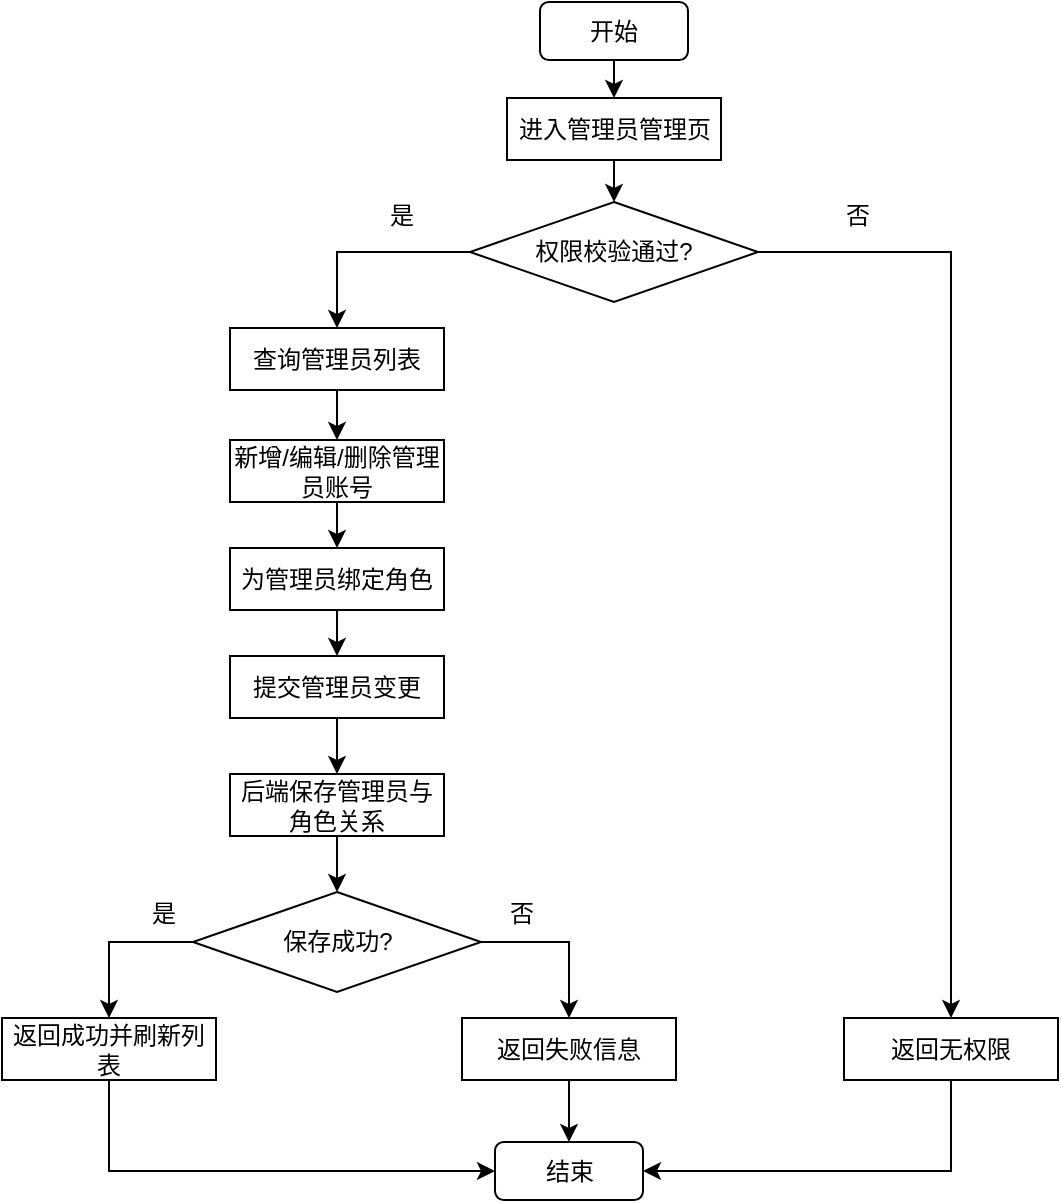
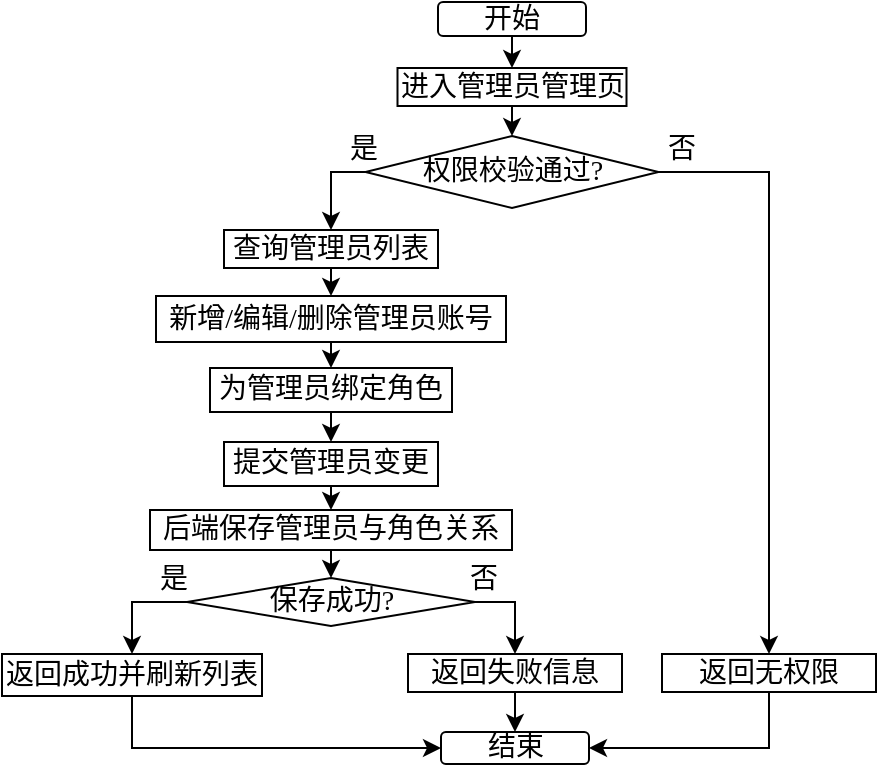
<mxfile host="app.diagrams.net">
  <diagram name="第 1 页" id="A4dXcl-CP5tHBsxZ2e-t">
-     <mxGraphModel dx="1406" dy="780" grid="0" gridSize="10" guides="1" tooltips="1" connect="1" arrows="1" fold="1" page="1" pageScale="1" pageWidth="827" pageHeight="1169" math="0" shadow="0">
+     <mxGraphModel dx="1172" dy="650" grid="0" gridSize="10" guides="1" tooltips="1" connect="1" arrows="1" fold="1" page="1" pageScale="1" pageWidth="827" pageHeight="1169" math="0" shadow="0">
      <root>
        <mxCell id="0" />
        <mxCell id="1" parent="0" />
-         <mxCell id="r6gwkSSvCtjKvov1u58H-1" parent="1" style="rounded=1;whiteSpace=wrap;html=1;" value="&lt;span style=&quot;font-size: 12px;&quot;&gt;开始&lt;/span&gt;" vertex="1">
-           <mxGeometry height="29" width="74" x="380" y="15" as="geometry" />
+         <mxCell id="r6gwkSSvCtjKvov1u58H-1" parent="1" style="rounded=1;whiteSpace=wrap;html=1;fontFamily=仿宋;fontSize=14;" value="&lt;span&gt;开始&lt;/span&gt;" vertex="1">
+           <mxGeometry height="17" width="74" x="380" y="15" as="geometry" />
        </mxCell>
-         <mxCell id="r6gwkSSvCtjKvov1u58H-2" parent="1" style="rounded=0;whiteSpace=wrap;html=1;" value="&lt;span style=&quot;font-size: 12px;&quot;&gt;进入管理员管理页&lt;/span&gt;" vertex="1">
-           <mxGeometry height="31" width="107" x="363.5" y="63" as="geometry" />
+         <mxCell id="r6gwkSSvCtjKvov1u58H-2" parent="1" style="rounded=0;whiteSpace=wrap;html=1;fontFamily=仿宋;fontSize=14;" value="&lt;span&gt;进入管理员管理页&lt;/span&gt;" vertex="1">
+           <mxGeometry height="19" width="114.5" x="359.75" y="48" as="geometry" />
        </mxCell>
-         <mxCell id="r6gwkSSvCtjKvov1u58H-3" parent="1" style="rhombus;whiteSpace=wrap;html=1;" value="&lt;span style=&quot;font-size: 12px;&quot;&gt;权限校验通过?&lt;/span&gt;" vertex="1">
-           <mxGeometry height="50" width="144" x="345" y="115" as="geometry" />
+         <mxCell id="r6gwkSSvCtjKvov1u58H-3" parent="1" style="rhombus;whiteSpace=wrap;html=1;fontFamily=仿宋;fontSize=14;" value="&lt;span&gt;权限校验通过?&lt;/span&gt;" vertex="1">
+           <mxGeometry height="36" width="146.5" x="343.75" y="82" as="geometry" />
        </mxCell>
-         <mxCell id="r6gwkSSvCtjKvov1u58H-4" parent="1" style="rounded=0;whiteSpace=wrap;html=1;" value="&lt;span style=&quot;font-size: 12px;&quot;&gt;查询管理员列表&lt;/span&gt;" vertex="1">
-           <mxGeometry height="31" width="107" x="225" y="178" as="geometry" />
+         <mxCell id="r6gwkSSvCtjKvov1u58H-4" parent="1" style="rounded=0;whiteSpace=wrap;html=1;fontFamily=仿宋;fontSize=14;" value="&lt;span&gt;查询管理员列表&lt;/span&gt;" vertex="1">
+           <mxGeometry height="19" width="107" x="273" y="129" as="geometry" />
        </mxCell>
-         <mxCell id="r6gwkSSvCtjKvov1u58H-5" parent="1" style="rounded=0;whiteSpace=wrap;html=1;" value="&lt;span style=&quot;font-size: 12px;&quot;&gt;新增/编辑/删除管理员账号&lt;/span&gt;" vertex="1">
-           <mxGeometry height="31" width="107" x="225" y="234" as="geometry" />
+         <mxCell id="r6gwkSSvCtjKvov1u58H-5" parent="1" style="rounded=0;whiteSpace=wrap;html=1;fontFamily=仿宋;fontSize=14;" value="&lt;span&gt;新增/编辑/删除管理员账号&lt;/span&gt;" vertex="1">
+           <mxGeometry height="23" width="175" x="239" y="162" as="geometry" />
        </mxCell>
-         <mxCell id="r6gwkSSvCtjKvov1u58H-6" parent="1" style="rounded=0;whiteSpace=wrap;html=1;" value="&lt;span style=&quot;font-size: 12px;&quot;&gt;为管理员绑定角色&lt;/span&gt;" vertex="1">
-           <mxGeometry height="31" width="107" x="225" y="288" as="geometry" />
+         <mxCell id="r6gwkSSvCtjKvov1u58H-6" parent="1" style="rounded=0;whiteSpace=wrap;html=1;fontFamily=仿宋;fontSize=14;" value="&lt;span&gt;为管理员绑定角色&lt;/span&gt;" vertex="1">
+           <mxGeometry height="22" width="121" x="266" y="198" as="geometry" />
        </mxCell>
-         <mxCell id="r6gwkSSvCtjKvov1u58H-7" parent="1" style="rounded=0;whiteSpace=wrap;html=1;" value="&lt;span style=&quot;font-size: 12px;&quot;&gt;提交管理员变更&lt;/span&gt;" vertex="1">
-           <mxGeometry height="31" width="107" x="225" y="342" as="geometry" />
+         <mxCell id="r6gwkSSvCtjKvov1u58H-7" parent="1" style="rounded=0;whiteSpace=wrap;html=1;fontFamily=仿宋;fontSize=14;" value="&lt;span&gt;提交管理员变更&lt;/span&gt;" vertex="1">
+           <mxGeometry height="22" width="107" x="273" y="235" as="geometry" />
        </mxCell>
-         <mxCell id="r6gwkSSvCtjKvov1u58H-8" parent="1" style="rhombus;whiteSpace=wrap;html=1;" value="&lt;span style=&quot;font-size: 12px;&quot;&gt;保存成功?&lt;/span&gt;" vertex="1">
-           <mxGeometry height="50" width="144" x="206.5" y="460" as="geometry" />
+         <mxCell id="r6gwkSSvCtjKvov1u58H-8" parent="1" style="rhombus;whiteSpace=wrap;html=1;fontFamily=仿宋;fontSize=14;" value="&lt;span&gt;保存成功?&lt;/span&gt;" vertex="1">
+           <mxGeometry height="24" width="144" x="254.5" y="303" as="geometry" />
        </mxCell>
-         <mxCell id="r6gwkSSvCtjKvov1u58H-9" parent="1" style="rounded=0;whiteSpace=wrap;html=1;" value="&lt;span style=&quot;font-size: 12px;&quot;&gt;返回成功并刷新列表&lt;/span&gt;" vertex="1">
-           <mxGeometry height="31" width="107" x="111" y="523" as="geometry" />
+         <mxCell id="r6gwkSSvCtjKvov1u58H-9" parent="1" style="rounded=0;whiteSpace=wrap;html=1;fontFamily=仿宋;fontSize=14;" value="&lt;span&gt;返回成功并刷新列表&lt;/span&gt;" vertex="1">
+           <mxGeometry height="21" width="130" x="162" y="341" as="geometry" />
        </mxCell>
-         <mxCell id="r6gwkSSvCtjKvov1u58H-10" parent="1" style="rounded=0;whiteSpace=wrap;html=1;" value="&lt;span style=&quot;font-size: 12px;&quot;&gt;返回失败信息&lt;/span&gt;" vertex="1">
-           <mxGeometry height="31" width="107" x="341" y="523" as="geometry" />
+         <mxCell id="r6gwkSSvCtjKvov1u58H-10" parent="1" style="rounded=0;whiteSpace=wrap;html=1;fontFamily=仿宋;fontSize=14;" value="&lt;span&gt;返回失败信息&lt;/span&gt;" vertex="1">
+           <mxGeometry height="19" width="107" x="365" y="341" as="geometry" />
        </mxCell>
-         <mxCell id="r6gwkSSvCtjKvov1u58H-11" parent="1" style="rounded=0;whiteSpace=wrap;html=1;" value="&lt;span style=&quot;font-size: 12px;&quot;&gt;返回无权限&lt;/span&gt;" vertex="1">
-           <mxGeometry height="31" width="107" x="532" y="523" as="geometry" />
+         <mxCell id="r6gwkSSvCtjKvov1u58H-11" parent="1" style="rounded=0;whiteSpace=wrap;html=1;fontFamily=仿宋;fontSize=14;" value="&lt;span&gt;返回无权限&lt;/span&gt;" vertex="1">
+           <mxGeometry height="19" width="107" x="492" y="341" as="geometry" />
        </mxCell>
-         <mxCell id="r6gwkSSvCtjKvov1u58H-12" parent="1" style="rounded=1;whiteSpace=wrap;html=1;" value="&lt;span style=&quot;font-size: 12px;&quot;&gt;结束&lt;/span&gt;" vertex="1">
-           <mxGeometry height="29" width="74" x="357.5" y="585" as="geometry" />
+         <mxCell id="r6gwkSSvCtjKvov1u58H-12" parent="1" style="rounded=1;whiteSpace=wrap;html=1;fontFamily=仿宋;fontSize=14;" value="&lt;span&gt;结束&lt;/span&gt;" vertex="1">
+           <mxGeometry height="16" width="74" x="381.5" y="380" as="geometry" />
        </mxCell>
-         <mxCell id="r6gwkSSvCtjKvov1u58H-14" edge="1" parent="1" source="r6gwkSSvCtjKvov1u58H-1" style="endArrow=classic;html=1;rounded=0;exitX=0.5;exitY=1;exitDx=0;exitDy=0;entryX=0.5;entryY=0;entryDx=0;entryDy=0;" target="r6gwkSSvCtjKvov1u58H-2" value="">
+         <mxCell id="r6gwkSSvCtjKvov1u58H-14" edge="1" parent="1" source="r6gwkSSvCtjKvov1u58H-1" style="endArrow=classic;html=1;rounded=0;exitX=0.5;exitY=1;exitDx=0;exitDy=0;entryX=0.5;entryY=0;entryDx=0;entryDy=0;fontFamily=仿宋;fontSize=14;" target="r6gwkSSvCtjKvov1u58H-2" value="">
          <mxGeometry height="50" relative="1" width="50" as="geometry">
            <mxPoint x="388" y="427" as="sourcePoint" />
            <mxPoint x="438" y="377" as="targetPoint" />
          </mxGeometry>
        </mxCell>
-         <mxCell id="r6gwkSSvCtjKvov1u58H-15" edge="1" parent="1" source="r6gwkSSvCtjKvov1u58H-2" style="endArrow=classic;html=1;rounded=0;exitX=0.5;exitY=1;exitDx=0;exitDy=0;entryX=0.5;entryY=0;entryDx=0;entryDy=0;" target="r6gwkSSvCtjKvov1u58H-3" value="">
+         <mxCell id="r6gwkSSvCtjKvov1u58H-15" edge="1" parent="1" source="r6gwkSSvCtjKvov1u58H-2" style="endArrow=classic;html=1;rounded=0;exitX=0.5;exitY=1;exitDx=0;exitDy=0;entryX=0.5;entryY=0;entryDx=0;entryDy=0;fontFamily=仿宋;fontSize=14;" target="r6gwkSSvCtjKvov1u58H-3" value="">
          <mxGeometry height="50" relative="1" width="50" as="geometry">
            <mxPoint x="588" y="150" as="sourcePoint" />
            <mxPoint x="588" y="178" as="targetPoint" />
          </mxGeometry>
        </mxCell>
-         <mxCell id="r6gwkSSvCtjKvov1u58H-16" edge="1" parent="1" source="r6gwkSSvCtjKvov1u58H-4" style="endArrow=classic;html=1;rounded=0;exitX=0.5;exitY=1;exitDx=0;exitDy=0;entryX=0.5;entryY=0;entryDx=0;entryDy=0;" target="r6gwkSSvCtjKvov1u58H-5" value="">
+         <mxCell id="r6gwkSSvCtjKvov1u58H-16" edge="1" parent="1" source="r6gwkSSvCtjKvov1u58H-4" style="endArrow=classic;html=1;rounded=0;exitX=0.5;exitY=1;exitDx=0;exitDy=0;entryX=0.5;entryY=0;entryDx=0;entryDy=0;fontFamily=仿宋;fontSize=14;" target="r6gwkSSvCtjKvov1u58H-5" value="">
          <mxGeometry height="50" relative="1" width="50" as="geometry">
            <mxPoint x="427" y="253" as="sourcePoint" />
            <mxPoint x="427" y="281" as="targetPoint" />
          </mxGeometry>
        </mxCell>
-         <mxCell id="r6gwkSSvCtjKvov1u58H-17" edge="1" parent="1" source="r6gwkSSvCtjKvov1u58H-5" style="endArrow=classic;html=1;rounded=0;exitX=0.5;exitY=1;exitDx=0;exitDy=0;entryX=0.5;entryY=0;entryDx=0;entryDy=0;" target="r6gwkSSvCtjKvov1u58H-6" value="">
+         <mxCell id="r6gwkSSvCtjKvov1u58H-17" edge="1" parent="1" source="r6gwkSSvCtjKvov1u58H-5" style="endArrow=classic;html=1;rounded=0;exitX=0.5;exitY=1;exitDx=0;exitDy=0;entryX=0.5;entryY=0;entryDx=0;entryDy=0;fontFamily=仿宋;fontSize=14;" target="r6gwkSSvCtjKvov1u58H-6" value="">
          <mxGeometry height="50" relative="1" width="50" as="geometry">
            <mxPoint x="449" y="374" as="sourcePoint" />
            <mxPoint x="449" y="402" as="targetPoint" />
          </mxGeometry>
        </mxCell>
-         <mxCell id="r6gwkSSvCtjKvov1u58H-18" edge="1" parent="1" source="r6gwkSSvCtjKvov1u58H-6" style="endArrow=classic;html=1;rounded=0;exitX=0.5;exitY=1;exitDx=0;exitDy=0;entryX=0.5;entryY=0;entryDx=0;entryDy=0;" target="r6gwkSSvCtjKvov1u58H-7" value="">
+         <mxCell id="r6gwkSSvCtjKvov1u58H-18" edge="1" parent="1" source="r6gwkSSvCtjKvov1u58H-6" style="endArrow=classic;html=1;rounded=0;exitX=0.5;exitY=1;exitDx=0;exitDy=0;entryX=0.5;entryY=0;entryDx=0;entryDy=0;fontFamily=仿宋;fontSize=14;" target="r6gwkSSvCtjKvov1u58H-7" value="">
          <mxGeometry height="50" relative="1" width="50" as="geometry">
            <mxPoint x="407" y="421" as="sourcePoint" />
            <mxPoint x="407" y="449" as="targetPoint" />
          </mxGeometry>
        </mxCell>
-         <mxCell id="r6gwkSSvCtjKvov1u58H-19" edge="1" parent="1" source="r6gwkSSvCtjKvov1u58H-7" style="endArrow=classic;html=1;rounded=0;exitX=0.5;exitY=1;exitDx=0;exitDy=0;entryX=0.5;entryY=0;entryDx=0;entryDy=0;" target="b96Ve0qGq_AGZE1jtQqy-1" value="">
+         <mxCell id="r6gwkSSvCtjKvov1u58H-19" edge="1" parent="1" source="r6gwkSSvCtjKvov1u58H-7" style="endArrow=classic;html=1;rounded=0;exitX=0.5;exitY=1;exitDx=0;exitDy=0;entryX=0.5;entryY=0;entryDx=0;entryDy=0;fontFamily=仿宋;fontSize=14;" target="b96Ve0qGq_AGZE1jtQqy-1" value="">
          <mxGeometry height="50" relative="1" width="50" as="geometry">
            <mxPoint x="415" y="476" as="sourcePoint" />
            <mxPoint x="348" y="421" as="targetPoint" />
          </mxGeometry>
        </mxCell>
-         <mxCell id="r6gwkSSvCtjKvov1u58H-20" edge="1" parent="1" source="r6gwkSSvCtjKvov1u58H-3" style="endArrow=classic;html=1;rounded=0;exitX=0;exitY=0.5;exitDx=0;exitDy=0;entryX=0.5;entryY=0;entryDx=0;entryDy=0;edgeStyle=orthogonalEdgeStyle;" target="r6gwkSSvCtjKvov1u58H-4" value="">
+         <mxCell id="r6gwkSSvCtjKvov1u58H-20" edge="1" parent="1" source="r6gwkSSvCtjKvov1u58H-3" style="endArrow=classic;html=1;rounded=0;exitX=0;exitY=0.5;exitDx=0;exitDy=0;entryX=0.5;entryY=0;entryDx=0;entryDy=0;edgeStyle=orthogonalEdgeStyle;fontFamily=仿宋;fontSize=14;" target="r6gwkSSvCtjKvov1u58H-4" value="">
          <mxGeometry height="50" relative="1" width="50" as="geometry">
            <mxPoint x="475" y="255" as="sourcePoint" />
            <mxPoint x="475" y="283" as="targetPoint" />
          </mxGeometry>
        </mxCell>
-         <mxCell id="r6gwkSSvCtjKvov1u58H-21" edge="1" parent="1" source="r6gwkSSvCtjKvov1u58H-3" style="endArrow=classic;html=1;rounded=0;exitX=1;exitY=0.5;exitDx=0;exitDy=0;entryX=0.5;entryY=0;entryDx=0;entryDy=0;edgeStyle=orthogonalEdgeStyle;" target="r6gwkSSvCtjKvov1u58H-11" value="">
+         <mxCell id="r6gwkSSvCtjKvov1u58H-21" edge="1" parent="1" source="r6gwkSSvCtjKvov1u58H-3" style="endArrow=classic;html=1;rounded=0;exitX=1;exitY=0.5;exitDx=0;exitDy=0;entryX=0.5;entryY=0;entryDx=0;entryDy=0;edgeStyle=orthogonalEdgeStyle;fontFamily=仿宋;fontSize=14;" target="r6gwkSSvCtjKvov1u58H-11" value="">
          <mxGeometry height="50" relative="1" width="50" as="geometry">
            <mxPoint x="570" y="288" as="sourcePoint" />
            <mxPoint x="505" y="348" as="targetPoint" />
          </mxGeometry>
        </mxCell>
-         <mxCell id="r6gwkSSvCtjKvov1u58H-22" edge="1" parent="1" source="r6gwkSSvCtjKvov1u58H-8" style="endArrow=classic;html=1;rounded=0;exitX=0;exitY=0.5;exitDx=0;exitDy=0;entryX=0.5;entryY=0;entryDx=0;entryDy=0;edgeStyle=orthogonalEdgeStyle;" target="r6gwkSSvCtjKvov1u58H-9" value="">
+         <mxCell id="r6gwkSSvCtjKvov1u58H-22" edge="1" parent="1" source="r6gwkSSvCtjKvov1u58H-8" style="endArrow=classic;html=1;rounded=0;exitX=0;exitY=0.5;exitDx=0;exitDy=0;entryX=0.5;entryY=0;entryDx=0;entryDy=0;edgeStyle=orthogonalEdgeStyle;fontFamily=仿宋;fontSize=14;" target="r6gwkSSvCtjKvov1u58H-9" value="">
          <mxGeometry height="50" relative="1" width="50" as="geometry">
            <mxPoint x="172" y="483" as="sourcePoint" />
            <mxPoint x="107" y="543" as="targetPoint" />
          </mxGeometry>
        </mxCell>
-         <mxCell id="r6gwkSSvCtjKvov1u58H-23" edge="1" parent="1" source="r6gwkSSvCtjKvov1u58H-8" style="endArrow=classic;html=1;rounded=0;exitX=1;exitY=0.5;exitDx=0;exitDy=0;entryX=0.5;entryY=0;entryDx=0;entryDy=0;edgeStyle=orthogonalEdgeStyle;" target="r6gwkSSvCtjKvov1u58H-10" value="">
+         <mxCell id="r6gwkSSvCtjKvov1u58H-23" edge="1" parent="1" source="r6gwkSSvCtjKvov1u58H-8" style="endArrow=classic;html=1;rounded=0;exitX=1;exitY=0.5;exitDx=0;exitDy=0;entryX=0.5;entryY=0;entryDx=0;entryDy=0;edgeStyle=orthogonalEdgeStyle;fontFamily=仿宋;fontSize=14;" target="r6gwkSSvCtjKvov1u58H-10" value="">
          <mxGeometry height="50" relative="1" width="50" as="geometry">
            <mxPoint x="523" y="480" as="sourcePoint" />
            <mxPoint x="458" y="540" as="targetPoint" />
          </mxGeometry>
        </mxCell>
-         <mxCell id="r6gwkSSvCtjKvov1u58H-24" edge="1" parent="1" source="r6gwkSSvCtjKvov1u58H-9" style="endArrow=classic;html=1;rounded=0;exitX=0.5;exitY=1;exitDx=0;exitDy=0;entryX=0;entryY=0.5;entryDx=0;entryDy=0;edgeStyle=orthogonalEdgeStyle;" target="r6gwkSSvCtjKvov1u58H-12" value="">
+         <mxCell id="r6gwkSSvCtjKvov1u58H-24" edge="1" parent="1" source="r6gwkSSvCtjKvov1u58H-9" style="endArrow=classic;html=1;rounded=0;exitX=0.5;exitY=1;exitDx=0;exitDy=0;entryX=0;entryY=0.5;entryDx=0;entryDy=0;edgeStyle=orthogonalEdgeStyle;fontFamily=仿宋;fontSize=14;" target="r6gwkSSvCtjKvov1u58H-12" value="">
          <mxGeometry height="50" relative="1" width="50" as="geometry">
            <mxPoint x="271" y="701" as="sourcePoint" />
            <mxPoint x="206" y="761" as="targetPoint" />
          </mxGeometry>
        </mxCell>
-         <mxCell id="r6gwkSSvCtjKvov1u58H-25" edge="1" parent="1" source="r6gwkSSvCtjKvov1u58H-11" style="endArrow=classic;html=1;rounded=0;exitX=0.5;exitY=1;exitDx=0;exitDy=0;entryX=1;entryY=0.5;entryDx=0;entryDy=0;edgeStyle=orthogonalEdgeStyle;" target="r6gwkSSvCtjKvov1u58H-12" value="">
+         <mxCell id="r6gwkSSvCtjKvov1u58H-25" edge="1" parent="1" source="r6gwkSSvCtjKvov1u58H-11" style="endArrow=classic;html=1;rounded=0;exitX=0.5;exitY=1;exitDx=0;exitDy=0;entryX=1;entryY=0.5;entryDx=0;entryDy=0;edgeStyle=orthogonalEdgeStyle;fontFamily=仿宋;fontSize=14;" target="r6gwkSSvCtjKvov1u58H-12" value="">
          <mxGeometry height="50" relative="1" width="50" as="geometry">
            <mxPoint x="629" y="684" as="sourcePoint" />
            <mxPoint x="564" y="744" as="targetPoint" />
          </mxGeometry>
        </mxCell>
-         <mxCell id="r6gwkSSvCtjKvov1u58H-26" edge="1" parent="1" source="r6gwkSSvCtjKvov1u58H-10" style="endArrow=classic;html=1;rounded=0;exitX=0.5;exitY=1;exitDx=0;exitDy=0;entryX=0.5;entryY=0;entryDx=0;entryDy=0;" target="r6gwkSSvCtjKvov1u58H-12" value="">
+         <mxCell id="r6gwkSSvCtjKvov1u58H-26" edge="1" parent="1" source="r6gwkSSvCtjKvov1u58H-10" style="endArrow=classic;html=1;rounded=0;exitX=0.5;exitY=1;exitDx=0;exitDy=0;entryX=0.5;entryY=0;entryDx=0;entryDy=0;fontFamily=仿宋;fontSize=14;" target="r6gwkSSvCtjKvov1u58H-12" value="">
          <mxGeometry height="50" relative="1" width="50" as="geometry">
            <mxPoint x="488" y="544" as="sourcePoint" />
            <mxPoint x="485" y="584" as="targetPoint" />
          </mxGeometry>
        </mxCell>
-         <mxCell id="r6gwkSSvCtjKvov1u58H-27" parent="1" style="text;html=1;whiteSpace=wrap;strokeColor=none;fillColor=none;align=center;verticalAlign=middle;rounded=0;" value="是" vertex="1">
-           <mxGeometry height="30" width="60" x="281" y="107" as="geometry" />
+         <mxCell id="r6gwkSSvCtjKvov1u58H-27" parent="1" style="text;html=1;whiteSpace=wrap;strokeColor=none;fillColor=none;align=center;verticalAlign=middle;rounded=0;fontFamily=仿宋;fontSize=14;" value="是" vertex="1">
+           <mxGeometry height="30" width="60" x="313" y="74" as="geometry" />
        </mxCell>
-         <mxCell id="r6gwkSSvCtjKvov1u58H-28" parent="1" style="text;html=1;whiteSpace=wrap;strokeColor=none;fillColor=none;align=center;verticalAlign=middle;rounded=0;" value="是" vertex="1">
-           <mxGeometry height="30" width="60" x="162" y="456" as="geometry" />
+         <mxCell id="r6gwkSSvCtjKvov1u58H-28" parent="1" style="text;html=1;whiteSpace=wrap;strokeColor=none;fillColor=none;align=center;verticalAlign=middle;rounded=0;fontFamily=仿宋;fontSize=14;" value="是" vertex="1">
+           <mxGeometry height="30" width="60" x="218" y="289" as="geometry" />
        </mxCell>
-         <mxCell id="r6gwkSSvCtjKvov1u58H-29" parent="1" style="text;html=1;whiteSpace=wrap;strokeColor=none;fillColor=none;align=center;verticalAlign=middle;rounded=0;" value="否" vertex="1">
-           <mxGeometry height="30" width="60" x="341" y="456" as="geometry" />
+         <mxCell id="r6gwkSSvCtjKvov1u58H-29" parent="1" style="text;html=1;whiteSpace=wrap;strokeColor=none;fillColor=none;align=center;verticalAlign=middle;rounded=0;fontFamily=仿宋;fontSize=14;" value="否" vertex="1">
+           <mxGeometry height="30" width="60" x="373" y="289" as="geometry" />
        </mxCell>
-         <mxCell id="r6gwkSSvCtjKvov1u58H-30" parent="1" style="text;html=1;whiteSpace=wrap;strokeColor=none;fillColor=none;align=center;verticalAlign=middle;rounded=0;" value="否" vertex="1">
-           <mxGeometry height="30" width="60" x="509" y="107" as="geometry" />
+         <mxCell id="r6gwkSSvCtjKvov1u58H-30" parent="1" style="text;html=1;whiteSpace=wrap;strokeColor=none;fillColor=none;align=center;verticalAlign=middle;rounded=0;fontFamily=仿宋;fontSize=14;" value="否" vertex="1">
+           <mxGeometry height="30" width="60" x="472" y="74" as="geometry" />
        </mxCell>
-         <mxCell id="b96Ve0qGq_AGZE1jtQqy-1" parent="1" style="rounded=0;whiteSpace=wrap;html=1;" value="&lt;span style=&quot;font-size: 12px;&quot;&gt;后端保存管理员与角色关系&lt;/span&gt;" vertex="1">
-           <mxGeometry height="31" width="107" x="225" y="401" as="geometry" />
+         <mxCell id="b96Ve0qGq_AGZE1jtQqy-1" parent="1" style="rounded=0;whiteSpace=wrap;html=1;fontFamily=仿宋;fontSize=14;" value="&lt;span&gt;后端保存管理员与角色关系&lt;/span&gt;" vertex="1">
+           <mxGeometry height="20" width="181" x="236" y="269" as="geometry" />
        </mxCell>
-         <mxCell id="b96Ve0qGq_AGZE1jtQqy-2" edge="1" parent="1" source="b96Ve0qGq_AGZE1jtQqy-1" style="endArrow=classic;html=1;rounded=0;exitX=0.5;exitY=1;exitDx=0;exitDy=0;entryX=0.5;entryY=0;entryDx=0;entryDy=0;" target="r6gwkSSvCtjKvov1u58H-8" value="">
+         <mxCell id="b96Ve0qGq_AGZE1jtQqy-2" edge="1" parent="1" source="b96Ve0qGq_AGZE1jtQqy-1" style="endArrow=classic;html=1;rounded=0;exitX=0.5;exitY=1;exitDx=0;exitDy=0;entryX=0.5;entryY=0;entryDx=0;entryDy=0;fontFamily=仿宋;fontSize=14;" target="r6gwkSSvCtjKvov1u58H-8" value="">
          <mxGeometry height="50" relative="1" width="50" as="geometry">
            <mxPoint x="438" y="406" as="sourcePoint" />
            <mxPoint x="438" y="434" as="targetPoint" />
          </mxGeometry>
        </mxCell>
      </root>
    </mxGraphModel>
  </diagram>
</mxfile>
